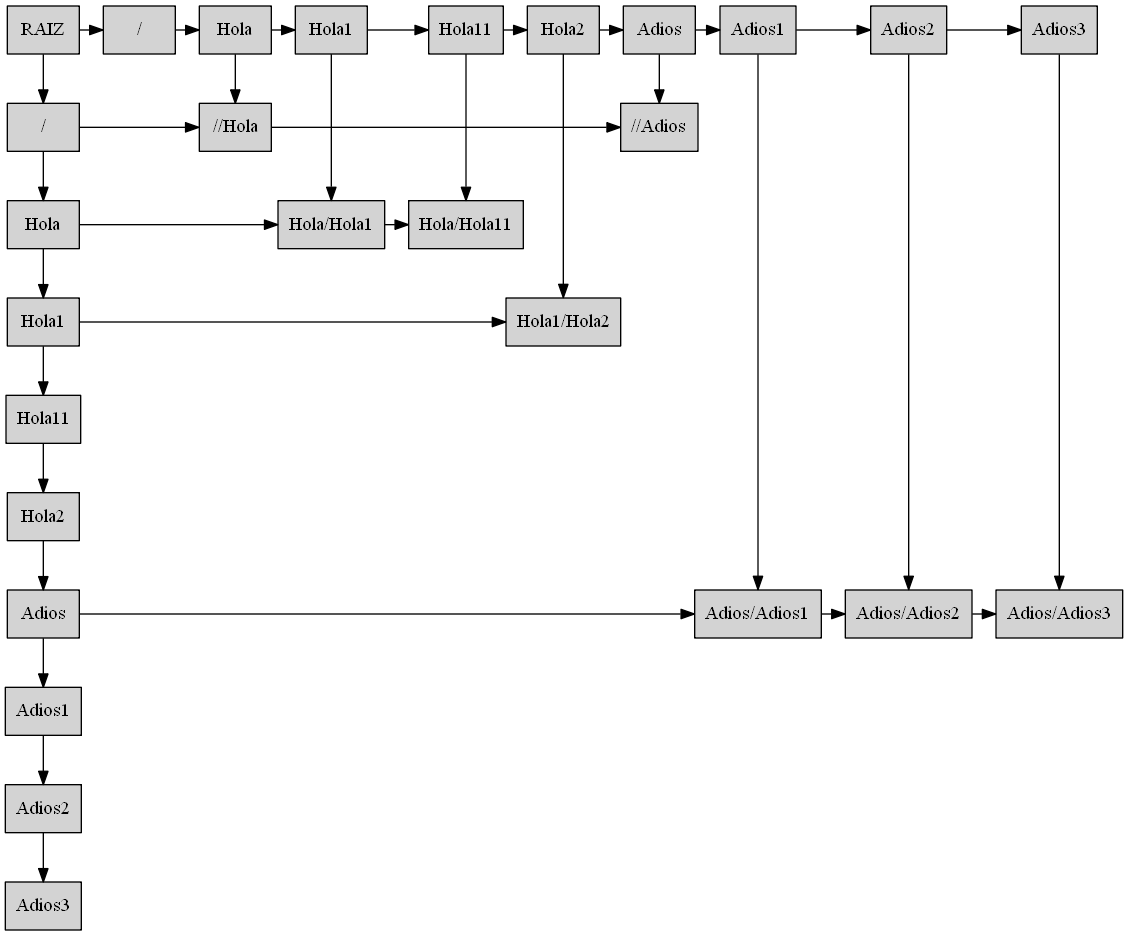
The Graphviz diagram [EDD]PY2_201701133/MatrizAdyacencia.png in SelvinLP/EDD_2S2019_PY2_201701133, before a commit. Its source is kept beside it as [EDD]PY2_201701133/MatrizAdyacencia.dot. The source it was exported from:
```dot
digraph Matriz {
   node[shape=record,style=filled]
"-1-1"[label ="{RAIZ}",group = -1]
 "-10"[label ="{/}",group = -1]
 "-11"[label ="{Hola}",group = -1]
 "-12"[label ="{Hola1}",group = -1]
 "-13"[label ="{Hola11}",group = -1]
 "-14"[label ="{Hola2}",group = -1]
 "-15"[label ="{Adios}",group = -1]
 "-16"[label ="{Adios1}",group = -1]
 "-17"[label ="{Adios2}",group = -1]
 "-18"[label ="{Adios3}",group = -1]
 "0-1"[label ="{/}",group = 0]
 "1-1"[label ="{Hola}",group = 1]
 "2-1"[label ="{Hola1}",group = 2]
 "3-1"[label ="{Hola11}",group = 3]
 "4-1"[label ="{Hola2}",group = 4]
 "5-1"[label ="{Adios}",group = 5]
 "6-1"[label ="{Adios1}",group = 6]
 "7-1"[label ="{Adios2}",group = 7]
 "8-1"[label ="{Adios3}",group = 8]
 "10"[label ="{//Hola}",group = 1]
 "50"[label ="{//Adios}",group = 5]
 "21"[label ="{Hola/Hola1}",group = 2]
 "31"[label ="{Hola/Hola11}",group = 3]
 "42"[label ="{Hola1/Hola2}",group = 4]
 "65"[label ="{Adios/Adios1}",group = 6]
 "75"[label ="{Adios/Adios2}",group = 7]
 "85"[label ="{Adios/Adios3}",group = 8]
 {rank = same;"-1-1";"0-1";"1-1";"2-1";"3-1";"4-1";"5-1";"6-1";"7-1";"8-1";}
{rank = same;"-10";"10";"50";}
{rank = same;"-11";"21";"31";}
{rank = same;"-12";"42";}
{rank = same;"-13";}
{rank = same;"-14";}
{rank = same;"-15";"65";"75";"85";}
{rank = same;"-16";}
{rank = same;"-17";}
{rank = same;"-18";}
"-1-1"->"-10"
"-1-1"->"0-1"
"-10"->"-11"
"-10"->"10"
"-11"->"-12"
"-11"->"21"
"-12"->"-13"
"-12"->"42"
"-13"->"-14"
"-14"->"-15"
"-15"->"-16"
"-15"->"65"
"-16"->"-17"
"-17"->"-18"
"0-1"->"1-1"
"1-1"->"10"
"1-1"->"2-1"
"10"->"50"
"2-1"->"21"
"2-1"->"3-1"
"21"->"31"
"3-1"->"31"
"3-1"->"4-1"
"4-1"->"42"
"4-1"->"5-1"
"5-1"->"50"
"5-1"->"6-1"
"6-1"->"65"
"6-1"->"7-1"
"65"->"75"
"7-1"->"75"
"7-1"->"8-1"
"75"->"85"
"8-1"->"85"
}
```
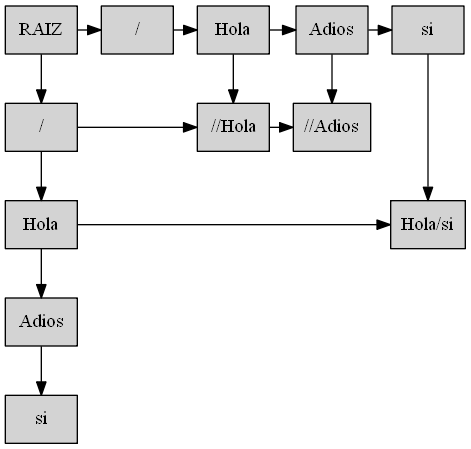
After the commit.

Diff of the diagram source:
```diff
@@ -3,72 +3,32 @@
 "-1-1"[label ="{RAIZ}",group = -1]
  "-10"[label ="{/}",group = -1]
  "-11"[label ="{Hola}",group = -1]
- "-12"[label ="{Hola1}",group = -1]
- "-13"[label ="{Hola11}",group = -1]
- "-14"[label ="{Hola2}",group = -1]
- "-15"[label ="{Adios}",group = -1]
- "-16"[label ="{Adios1}",group = -1]
- "-17"[label ="{Adios2}",group = -1]
- "-18"[label ="{Adios3}",group = -1]
+ "-12"[label ="{Adios}",group = -1]
+ "-13"[label ="{si}",group = -1]
  "0-1"[label ="{/}",group = 0]
  "1-1"[label ="{Hola}",group = 1]
- "2-1"[label ="{Hola1}",group = 2]
- "3-1"[label ="{Hola11}",group = 3]
- "4-1"[label ="{Hola2}",group = 4]
- "5-1"[label ="{Adios}",group = 5]
- "6-1"[label ="{Adios1}",group = 6]
- "7-1"[label ="{Adios2}",group = 7]
- "8-1"[label ="{Adios3}",group = 8]
+ "2-1"[label ="{Adios}",group = 2]
+ "3-1"[label ="{si}",group = 3]
  "10"[label ="{//Hola}",group = 1]
- "50"[label ="{//Adios}",group = 5]
- "21"[label ="{Hola/Hola1}",group = 2]
- "31"[label ="{Hola/Hola11}",group = 3]
- "42"[label ="{Hola1/Hola2}",group = 4]
- "65"[label ="{Adios/Adios1}",group = 6]
- "75"[label ="{Adios/Adios2}",group = 7]
- "85"[label ="{Adios/Adios3}",group = 8]
- {rank = same;"-1-1";"0-1";"1-1";"2-1";"3-1";"4-1";"5-1";"6-1";"7-1";"8-1";}
-{rank = same;"-10";"10";"50";}
-{rank = same;"-11";"21";"31";}
-{rank = same;"-12";"42";}
+ "20"[label ="{//Adios}",group = 2]
+ "31"[label ="{Hola/si}",group = 3]
+ {rank = same;"-1-1";"0-1";"1-1";"2-1";"3-1";}
+{rank = same;"-10";"10";"20";}
+{rank = same;"-11";"31";}
+{rank = same;"-12";}
 {rank = same;"-13";}
-{rank = same;"-14";}
-{rank = same;"-15";"65";"75";"85";}
-{rank = same;"-16";}
-{rank = same;"-17";}
-{rank = same;"-18";}
 "-1-1"->"-10"
 "-1-1"->"0-1"
 "-10"->"-11"
 "-10"->"10"
 "-11"->"-12"
-"-11"->"21"
+"-11"->"31"
 "-12"->"-13"
-"-12"->"42"
-"-13"->"-14"
-"-14"->"-15"
-"-15"->"-16"
-"-15"->"65"
-"-16"->"-17"
-"-17"->"-18"
 "0-1"->"1-1"
 "1-1"->"10"
 "1-1"->"2-1"
-"10"->"50"
-"2-1"->"21"
+"10"->"20"
+"2-1"->"20"
 "2-1"->"3-1"
-"21"->"31"
 "3-1"->"31"
-"3-1"->"4-1"
-"4-1"->"42"
-"4-1"->"5-1"
-"5-1"->"50"
-"5-1"->"6-1"
-"6-1"->"65"
-"6-1"->"7-1"
-"65"->"75"
-"7-1"->"75"
-"7-1"->"8-1"
-"75"->"85"
-"8-1"->"85"
 }
```
